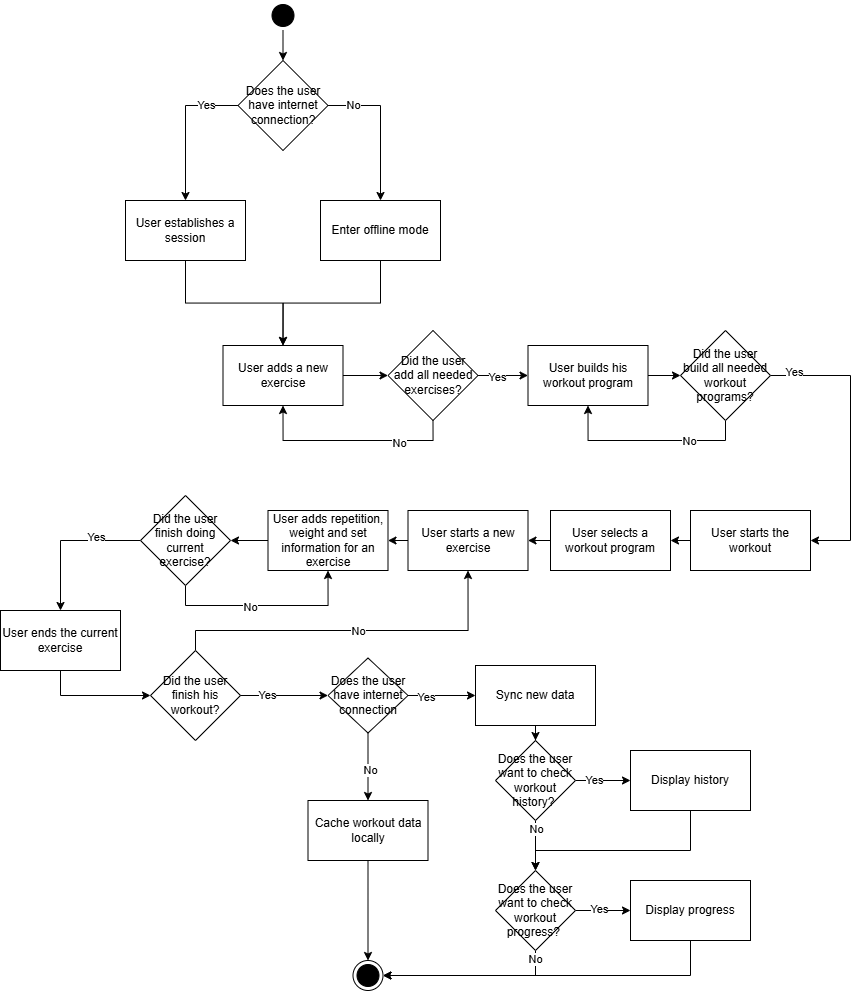
This is diagrams_documents/workout_activity.png from Zabuelis/LiftingPal, a draw.io export, as it was before one commit. Source tidied: cells renumbered, new cells last; positions are measured from the earlier drawing's top-left corner, leaving out a move shared by most shapes.
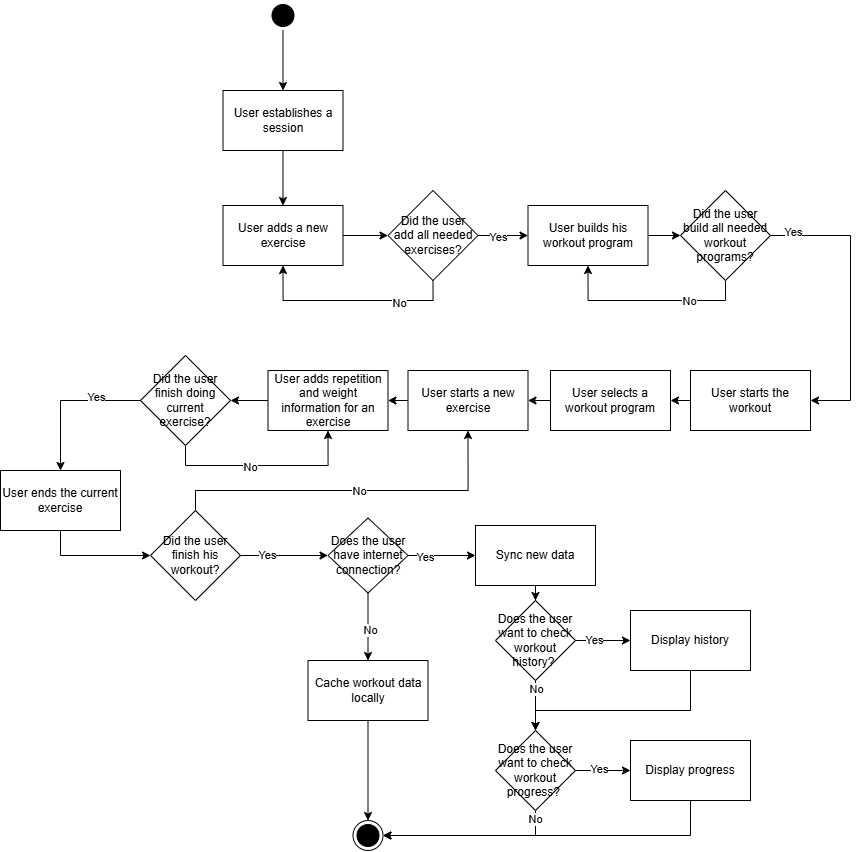
Later version of the same file.

The edit, as a diff of the source:
```diff
@@ -5,17 +5,17 @@
     <mxCell id="2" style="ellipse;html=1;shape=endState;fillColor=light-dark(#000000,#000000);strokeColor=light-dark(#000000,#000000);" parent="1" vertex="1">
       <mxGeometry x="352.5" y="960" width="30" height="30" as="geometry" />
     </mxCell>
-    <mxCell id="3" style="edgeStyle=orthogonalEdgeStyle;rounded=0;jettySize=auto;html=1;exitX=0.5;exitY=1;exitDx=0;exitDy=0;entryX=0.5;entryY=0;entryDx=0;entryDy=0;" parent="1" edge="1" source="4" target="54">
+    <mxCell id="3" style="edgeStyle=orthogonalEdgeStyle;rounded=0;jettySize=auto;html=1;exitX=0.5;exitY=1;exitDx=0;exitDy=0;entryX=0.5;entryY=0;entryDx=0;entryDy=0;" parent="1" edge="1" source="4" target="6">
       <mxGeometry relative="1" as="geometry" />
     </mxCell>
     <mxCell id="4" style="ellipse;html=1;shape=startState;fillColor=#000000;strokeColor=light-dark(#000000,#000000);" parent="1" vertex="1">
-      <mxGeometry x="267.5" width="30" height="30" as="geometry" />
+      <mxGeometry x="267.5" y="140" width="30" height="30" as="geometry" />
     </mxCell>
     <mxCell id="5" style="edgeStyle=orthogonalEdgeStyle;rounded=0;jettySize=auto;html=1;exitX=0.5;exitY=1;exitDx=0;exitDy=0;entryX=0.5;entryY=0;entryDx=0;entryDy=0;" parent="1" edge="1" source="6" target="8">
       <mxGeometry relative="1" as="geometry" />
     </mxCell>
     <mxCell id="6" value="User establishes a session" style="rounded=0;whiteSpace=wrap;html=1;" parent="1" vertex="1">
-      <mxGeometry x="125" y="200" width="120" height="60" as="geometry" />
+      <mxGeometry x="222.5" y="230" width="120" height="60" as="geometry" />
     </mxCell>
     <mxCell id="7" style="edgeStyle=orthogonalEdgeStyle;rounded=0;jettySize=auto;html=1;exitX=1;exitY=0.5;exitDx=0;exitDy=0;entryX=0;entryY=0.5;entryDx=0;entryDy=0;" parent="1" edge="1" source="8" target="13">
       <mxGeometry relative="1" as="geometry" />
@@ -77,7 +77,7 @@
     <mxCell id="23" style="edgeStyle=orthogonalEdgeStyle;rounded=0;jettySize=auto;html=1;exitX=0;exitY=0.5;exitDx=0;exitDy=0;entryX=1;entryY=0.5;entryDx=0;entryDy=0;" parent="1" edge="1" source="24" target="29">
       <mxGeometry relative="1" as="geometry" />
     </mxCell>
-    <mxCell id="24" value="User adds repetition, weight and set information for an exercise" style="rounded=0;whiteSpace=wrap;html=1;" parent="1" vertex="1">
+    <mxCell id="24" value="User adds repetition and weight information for an exercise" style="rounded=0;whiteSpace=wrap;html=1;" parent="1" vertex="1">
       <mxGeometry x="267.5" y="510" width="120" height="60" as="geometry" />
     </mxCell>
     <mxCell id="25" style="edgeStyle=orthogonalEdgeStyle;rounded=0;jettySize=auto;html=1;exitX=0.5;exitY=1;exitDx=0;exitDy=0;entryX=0.5;entryY=1;entryDx=0;entryDy=0;" parent="1" edge="1" source="29" target="24">
@@ -141,7 +141,7 @@
     <mxCell id="42" value="No" style="edgeLabel;html=1;align=center;verticalAlign=middle;" parent="41" vertex="1">
       <mxGeometry x="0.09" y="2" relative="1" as="geometry" />
     </mxCell>
-    <mxCell id="43" value="Does the user have internet connection" style="rhombus;whiteSpace=wrap;html=1;" parent="1" vertex="1">
+    <mxCell id="43" value="Does the user have internet connection?" style="rhombus;whiteSpace=wrap;html=1;" parent="1" vertex="1">
       <mxGeometry x="327.5" y="657.5" width="80" height="75" as="geometry" />
     </mxCell>
     <mxCell id="44" style="edgeStyle=orthogonalEdgeStyle;rounded=0;jettySize=auto;html=1;exitX=0.5;exitY=1;exitDx=0;exitDy=0;entryX=0.5;entryY=0;entryDx=0;entryDy=0;" parent="1" edge="1" source="45" target="2">
@@ -162,27 +162,6 @@
     <mxCell id="49" value="Yes" style="edgeLabel;html=1;align=center;verticalAlign=middle;" parent="48" vertex="1">
       <mxGeometry x="-0.48" y="-1" relative="1" as="geometry" />
     </mxCell>
-    <mxCell id="50" style="edgeStyle=orthogonalEdgeStyle;rounded=0;jettySize=auto;html=1;exitX=0;exitY=0.5;exitDx=0;exitDy=0;" parent="1" edge="1" source="54" target="6">
-      <mxGeometry relative="1" as="geometry" />
-    </mxCell>
-    <mxCell id="51" value="Yes" style="edgeLabel;html=1;align=center;verticalAlign=middle;" parent="50" vertex="1">
-      <mxGeometry x="-0.56" y="-1" relative="1" as="geometry" />
-    </mxCell>
-    <mxCell id="52" style="edgeStyle=orthogonalEdgeStyle;rounded=0;jettySize=auto;html=1;exitX=1;exitY=0.5;exitDx=0;exitDy=0;" parent="1" edge="1" source="54" target="56">
-      <mxGeometry relative="1" as="geometry" />
-    </mxCell>
-    <mxCell id="53" value="No" style="edgeLabel;html=1;align=center;verticalAlign=middle;" parent="52" vertex="1">
-      <mxGeometry x="-0.66" y="1" relative="1" as="geometry" />
-    </mxCell>
-    <mxCell id="54" value="Does the user have internet connection?" style="rhombus;whiteSpace=wrap;html=1;" parent="1" vertex="1">
-      <mxGeometry x="237.5" y="60" width="90" height="90" as="geometry" />
-    </mxCell>
-    <mxCell id="55" style="edgeStyle=orthogonalEdgeStyle;rounded=0;jettySize=auto;html=1;exitX=0.5;exitY=1;exitDx=0;exitDy=0;entryX=0.5;entryY=0;entryDx=0;entryDy=0;" parent="1" edge="1" source="56" target="8">
-      <mxGeometry relative="1" as="geometry" />
-    </mxCell>
-    <mxCell id="56" value="Enter offline mode" style="rounded=0;whiteSpace=wrap;html=1;" parent="1" vertex="1">
-      <mxGeometry x="320" y="200" width="120" height="60" as="geometry" />
-    </mxCell>
     <mxCell id="57" style="edgeStyle=orthogonalEdgeStyle;rounded=0;jettySize=auto;html=1;exitX=1;exitY=0.5;exitDx=0;exitDy=0;entryX=0;entryY=0.5;entryDx=0;entryDy=0;" parent="1" edge="1" source="61" target="68">
       <mxGeometry relative="1" as="geometry" />
     </mxCell>
```
